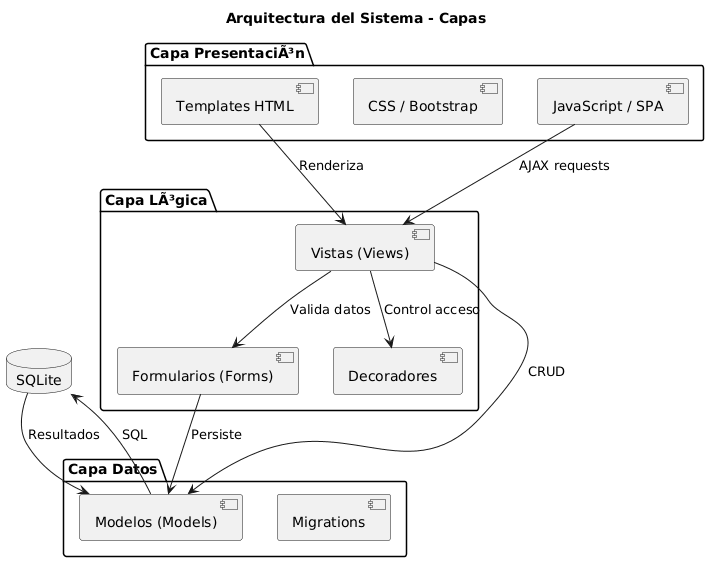
The PlantUML diagram docs/diagrams/architecture.png in danieldavid-23/lilliana-2, before a commit. Source of this version:
```plantuml
@startuml
title Arquitectura del Sistema - Capas

package "Capa PresentaciÃ³n" {
  [Templates HTML] as templates
  [CSS / Bootstrap] as css
  [JavaScript / SPA] as js
}

package "Capa LÃ³gica" {
  [Vistas (Views)] as views
  [Formularios (Forms)] as forms
  [Decoradores] as decorators
}

package "Capa Datos" {
  [Modelos (Models)] as models
  [Migrations] as migrations
}

database "SQLite" as db

templates --> views : Renderiza
js --> views : AJAX requests
views --> forms : Valida datos
views --> decorators : Control acceso
views --> models : CRUD
forms --> models : Persiste
models --> db : SQL
db --> models : Resultados
@enduml
```
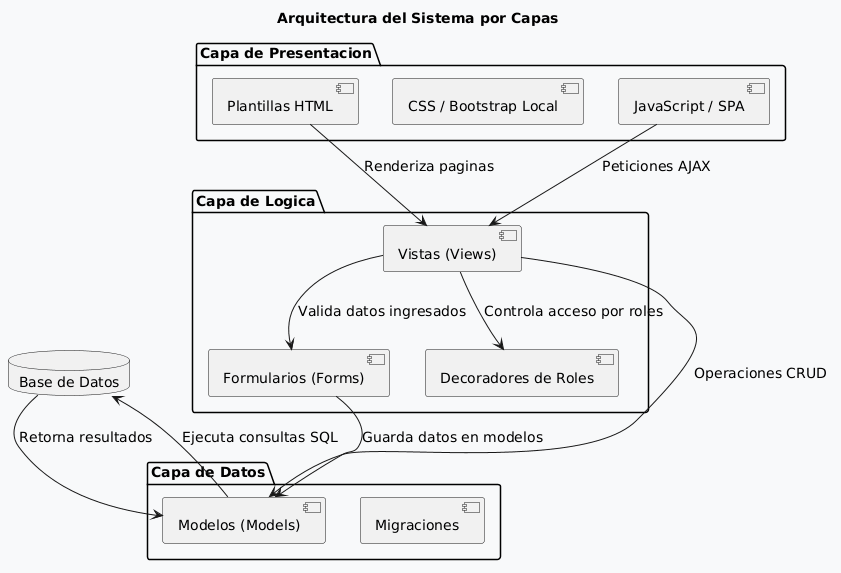
Later version of the same file.

Change to the diagram source:
```diff
@@ -1,31 +1,33 @@
 @startuml
-title Arquitectura del Sistema - Capas
+title Arquitectura del Sistema por Capas
+skinparam defaultFontSize 14
+skinparam backgroundColor #F8F9FA
 
-package "Capa PresentaciÃ³n" {
-  [Templates HTML] as templates
-  [CSS / Bootstrap] as css
+package "Capa de Presentacion" as presentacion {
+  [Plantillas HTML] as templates
+  [CSS / Bootstrap Local] as css
   [JavaScript / SPA] as js
 }
 
-package "Capa LÃ³gica" {
+package "Capa de Logica" as logica {
   [Vistas (Views)] as views
   [Formularios (Forms)] as forms
-  [Decoradores] as decorators
+  [Decoradores de Roles] as decorators
 }
 
-package "Capa Datos" {
+package "Capa de Datos" as datos {
   [Modelos (Models)] as models
-  [Migrations] as migrations
+  [Migraciones] as migrations
 }
 
-database "SQLite" as db
+database "Base de Datos" as db
 
-templates --> views : Renderiza
-js --> views : AJAX requests
-views --> forms : Valida datos
-views --> decorators : Control acceso
-views --> models : CRUD
-forms --> models : Persiste
-models --> db : SQL
-db --> models : Resultados
+templates --> views : Renderiza paginas
+js --> views : Peticiones AJAX
+views --> forms : Valida datos ingresados
+views --> decorators : Controla acceso por roles
+views --> models : Operaciones CRUD
+forms --> models : Guarda datos en modelos
+models --> db : Ejecuta consultas SQL
+db --> models : Retorna resultados
 @enduml
```
